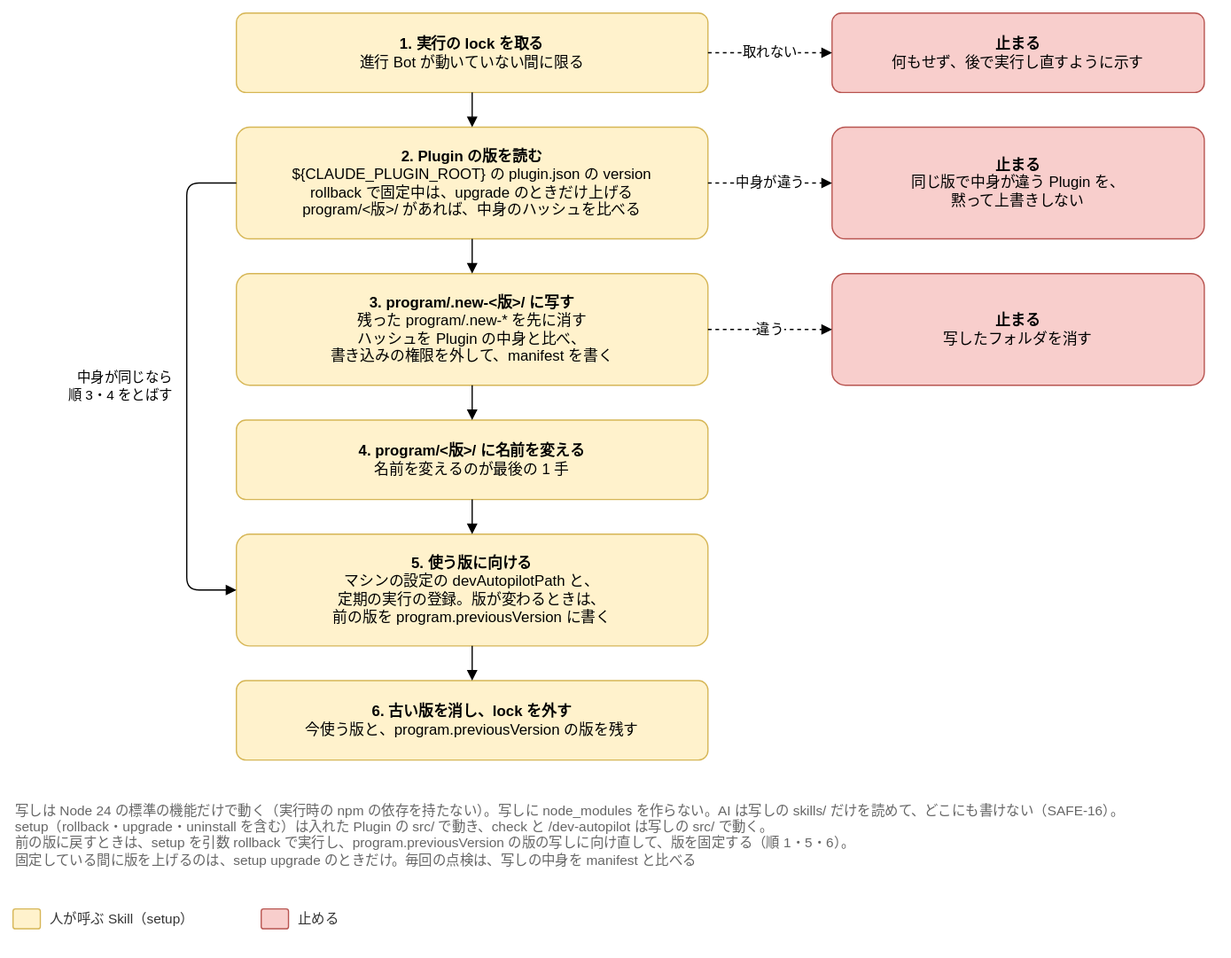
The draw.io diagram docs/design/basic/diagrams/04-program-copy.drawio.svg in Joymerrevent/dev-autopilot, before a commit. Source tidied: cells renumbered, new cells last; positions are measured from the earlier drawing's top-left corner, leaving out a move shared by most shapes.
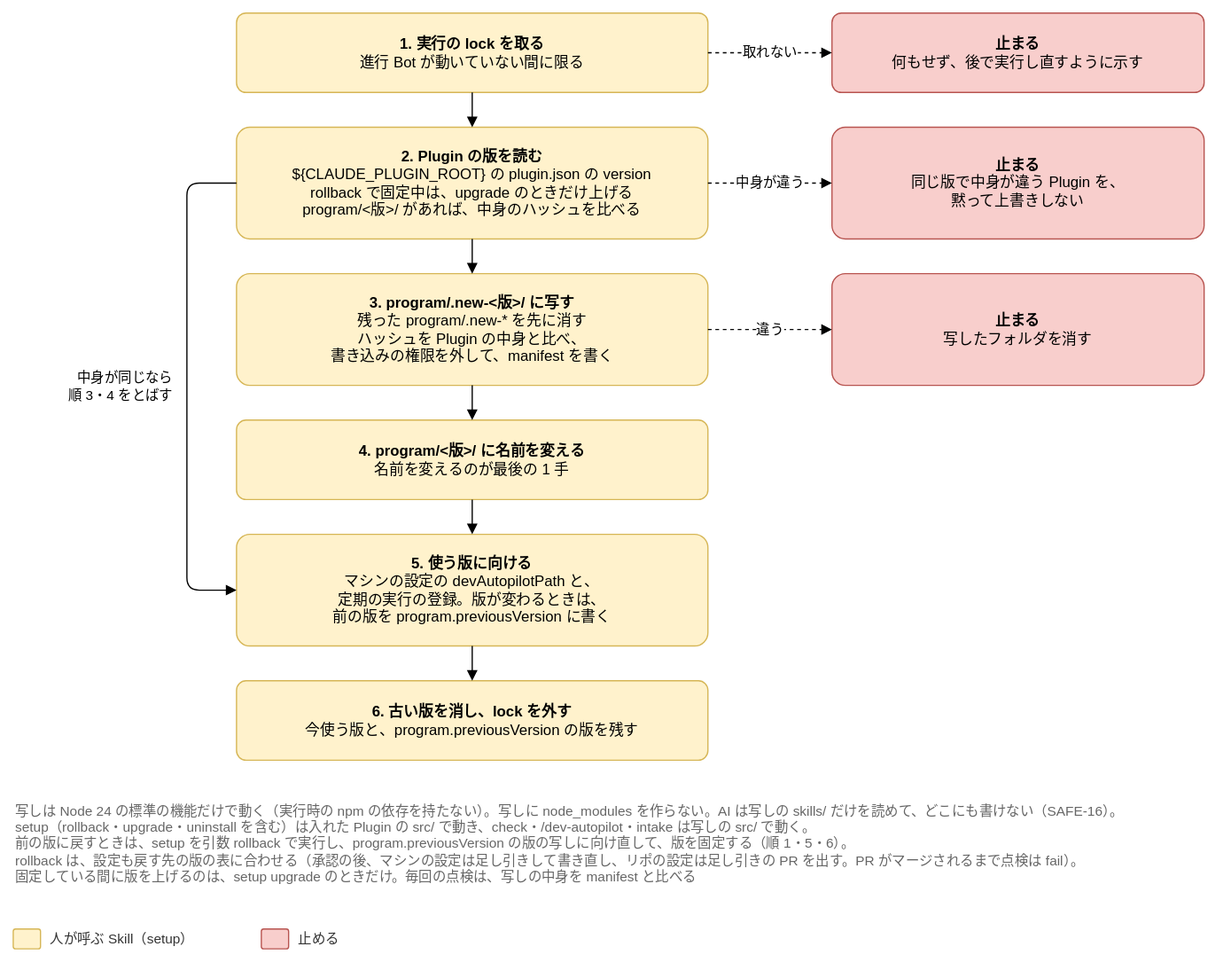
The same diagram one commit later.

Diff of the diagram source:
```diff
@@ -64,20 +64,20 @@
     <mxCell id="20" value="中身が同じなら&lt;br&gt;順 3・4 をとばす" style="text;html=1;align=right;verticalAlign=middle;fontSize=11;" parent="1" vertex="1">
       <mxGeometry y="281" width="130" height="40" as="geometry" />
     </mxCell>
-    <mxCell id="21" value="写しは Node 24 の標準の機能だけで動く（実行時の npm の依存を持たない）。写しに node_modules を作らない。AI は写しの skills/ だけを読めて、どこにも書けない（SAFE-16）。&lt;br&gt;setup（rollback・upgrade・uninstall を含む）は入れた Plugin の src/ で動き、check と /dev-autopilot は写しの src/ で動く。&lt;br&gt;前の版に戻すときは、setup を引数 rollback で実行し、program.previousVersion の版の写しに向け直して、版を固定する（順 1・5・6）。&lt;br&gt;固定している間に版を上げるのは、setup upgrade のときだけ。毎回の点検は、写しの中身を manifest と比べる" style="text;html=1;whiteSpace=wrap;align=left;verticalAlign=top;fontSize=11;fontColor=#666666;" parent="1" vertex="1">
-      <mxGeometry y="630" width="960" height="72" as="geometry" />
+    <mxCell id="21" value="写しは Node 24 の標準の機能だけで動く（実行時の npm の依存を持たない）。写しに node_modules を作らない。AI は写しの skills/ だけを読めて、どこにも書けない（SAFE-16）。&lt;br&gt;setup（rollback・upgrade・uninstall を含む）は入れた Plugin の src/ で動き、check・/dev-autopilot・intake は写しの src/ で動く。&lt;br&gt;前の版に戻すときは、setup を引数 rollback で実行し、program.previousVersion の版の写しに向け直して、版を固定する（順 1・5・6）。&lt;br&gt;rollback は、設定も戻す先の版の表に合わせる（承認の後、マシンの設定は足し引きして書き直し、リポの設定は足し引きの PR を出す。PR がマージされるまで点検は fail）。&lt;br&gt;固定している間に版を上げるのは、setup upgrade のときだけ。毎回の点検は、写しの中身を manifest と比べる" style="text;html=1;whiteSpace=wrap;align=left;verticalAlign=top;fontSize=11;fontColor=#666666;" parent="1" vertex="1">
+      <mxGeometry y="630" width="960" height="88" as="geometry" />
     </mxCell>
     <mxCell id="22" style="rounded=1;whiteSpace=wrap;html=1;fontSize=12;arcSize=12;spacing=12;fillColor=#fff2cc;strokeColor=#d6b656;" parent="1" vertex="1">
-      <mxGeometry y="722" width="22" height="16" as="geometry" />
+      <mxGeometry y="738" width="22" height="16" as="geometry" />
     </mxCell>
     <mxCell id="23" value="人が呼ぶ Skill（setup）" style="text;html=1;align=left;verticalAlign=middle;fontSize=11;fontColor=#333333;" parent="1" vertex="1">
-      <mxGeometry x="28" y="720" width="156" height="20" as="geometry" />
+      <mxGeometry x="28" y="736" width="156" height="20" as="geometry" />
     </mxCell>
     <mxCell id="24" style="rounded=1;whiteSpace=wrap;html=1;fontSize=12;arcSize=12;spacing=12;fillColor=#f8cecc;strokeColor=#b85450;" parent="1" vertex="1">
-      <mxGeometry x="200" y="722" width="22" height="16" as="geometry" />
+      <mxGeometry x="200" y="738" width="22" height="16" as="geometry" />
     </mxCell>
     <mxCell id="25" value="止める" style="text;html=1;align=left;verticalAlign=middle;fontSize=11;fontColor=#333333;" parent="1" vertex="1">
-      <mxGeometry x="228" y="720" width="46" height="20" as="geometry" />
+      <mxGeometry x="228" y="736" width="46" height="20" as="geometry" />
     </mxCell>
   </root>
 </mxGraphModel>
```
